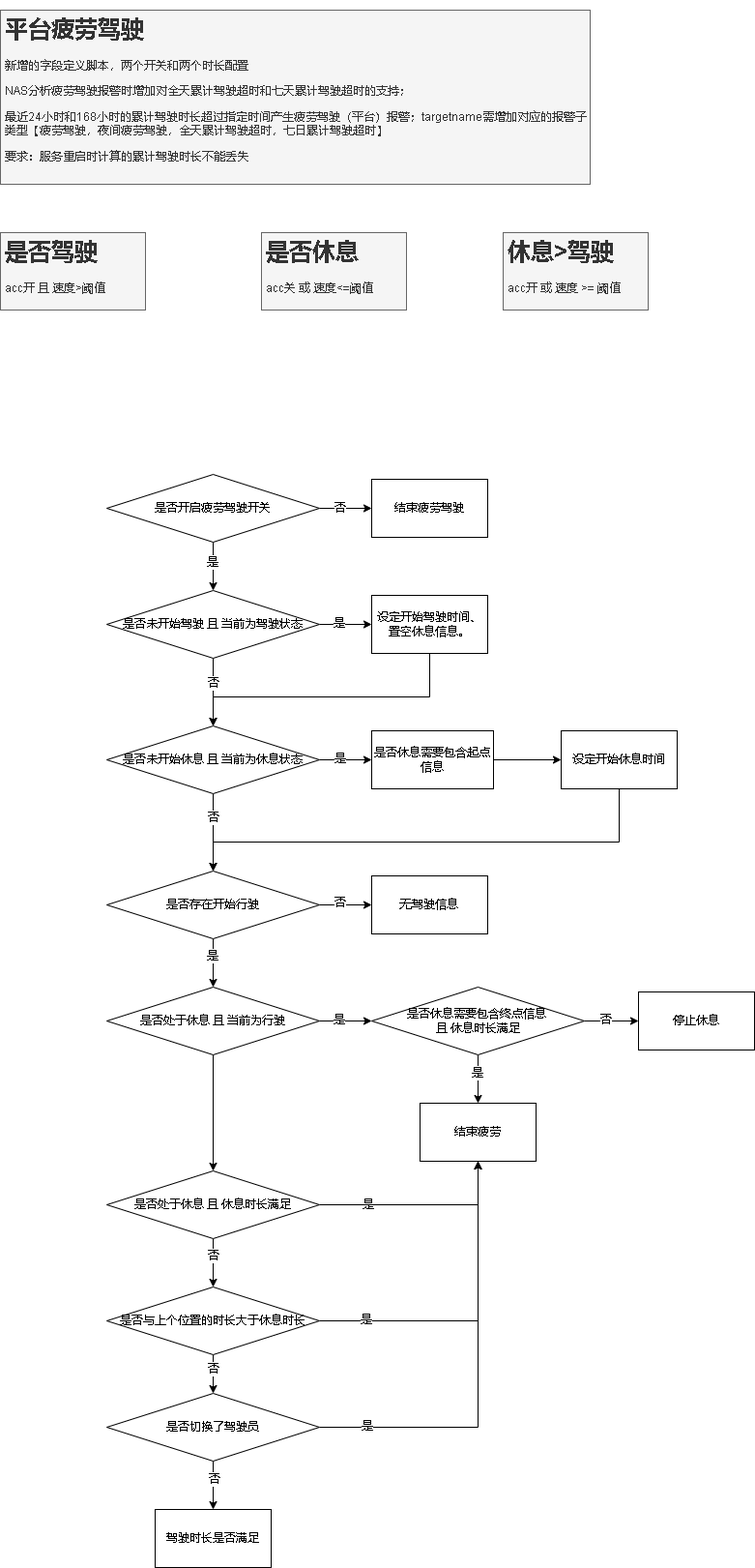
This is 平台疲劳驾驶.drawio.png from xktder/draw, a draw.io export, as it was before one commit. Source tidied: cells renumbered, new cells last; positions are measured from the earlier drawing's top-left corner, leaving out a move shared by most shapes.
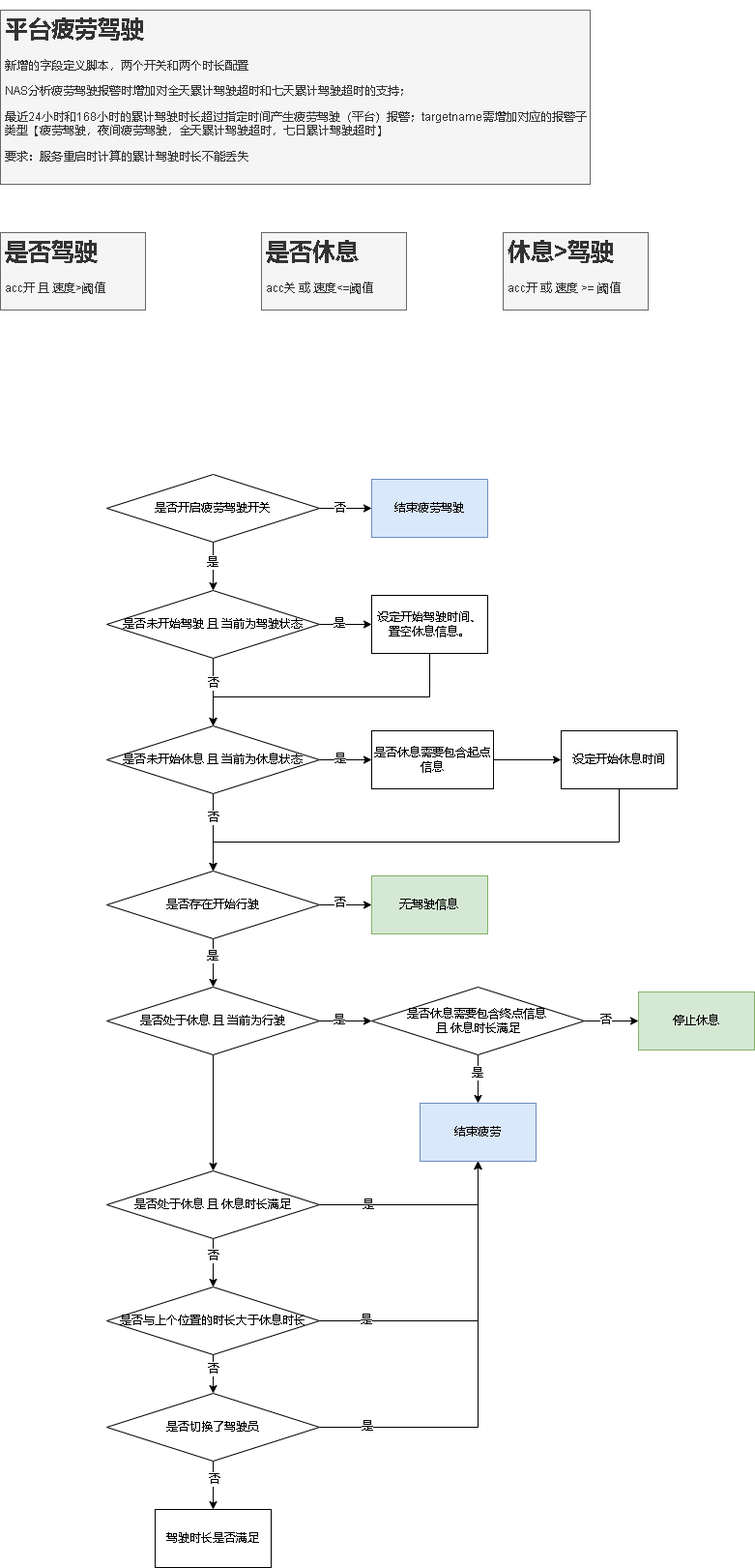
The same diagram one commit later.

Commit message:
更新平台疲劳驾驶.drawio.png

What changed in the source:
```diff
@@ -29,7 +29,7 @@
     <mxCell id="10" value="是否开启疲劳驾驶开关" style="rhombus;whiteSpace=wrap;html=1;" parent="1" vertex="1">
       <mxGeometry x="110" y="480" width="220" height="70" as="geometry" />
     </mxCell>
-    <mxCell id="11" value="结束疲劳驾驶" style="whiteSpace=wrap;html=1;" parent="1" vertex="1">
+    <mxCell id="11" value="结束疲劳驾驶" style="whiteSpace=wrap;html=1;fillColor=#dae8fc;strokeColor=#6c8ebf;" parent="1" vertex="1">
       <mxGeometry x="384" y="485" width="120" height="60" as="geometry" />
     </mxCell>
     <mxCell id="12" style="edgeStyle=orthogonalEdgeStyle;rounded=0;jettySize=auto;html=1;" parent="1" edge="1" source="16" target="18">
@@ -136,10 +136,10 @@
     <mxCell id="41" value="是否休息需要包含终点信息 &lt;br&gt;且 休息时长满足" style="rhombus;whiteSpace=wrap;html=1;" parent="1" vertex="1">
       <mxGeometry x="384" y="1010" width="220" height="70" as="geometry" />
     </mxCell>
-    <mxCell id="42" value="结束疲劳" style="whiteSpace=wrap;html=1;" parent="1" vertex="1">
+    <mxCell id="42" value="结束疲劳" style="whiteSpace=wrap;html=1;fillColor=#dae8fc;strokeColor=#6c8ebf;" parent="1" vertex="1">
       <mxGeometry x="434" y="1130" width="120" height="60" as="geometry" />
     </mxCell>
-    <mxCell id="43" value="停止休息" style="whiteSpace=wrap;html=1;" parent="1" vertex="1">
+    <mxCell id="43" value="停止休息" style="whiteSpace=wrap;html=1;fillColor=#d5e8d4;strokeColor=#82b366;" parent="1" vertex="1">
       <mxGeometry x="660" y="1015" width="120" height="60" as="geometry" />
     </mxCell>
     <mxCell id="44" style="edgeStyle=orthogonalEdgeStyle;rounded=0;jettySize=auto;html=1;entryX=0.5;entryY=1;entryDx=0;entryDy=0;" parent="1" edge="1" source="48" target="42">
@@ -192,7 +192,7 @@
     <mxCell id="59" value="驾驶时长是否满足" style="whiteSpace=wrap;html=1;" parent="1" vertex="1">
       <mxGeometry x="160" y="1550" width="120" height="60" as="geometry" />
     </mxCell>
-    <mxCell id="60" value="无驾驶信息" style="whiteSpace=wrap;html=1;" parent="1" vertex="1">
+    <mxCell id="60" value="无驾驶信息" style="whiteSpace=wrap;html=1;fillColor=#d5e8d4;strokeColor=#82b366;" parent="1" vertex="1">
       <mxGeometry x="384" y="895" width="120" height="60" as="geometry" />
     </mxCell>
   </root>
```
